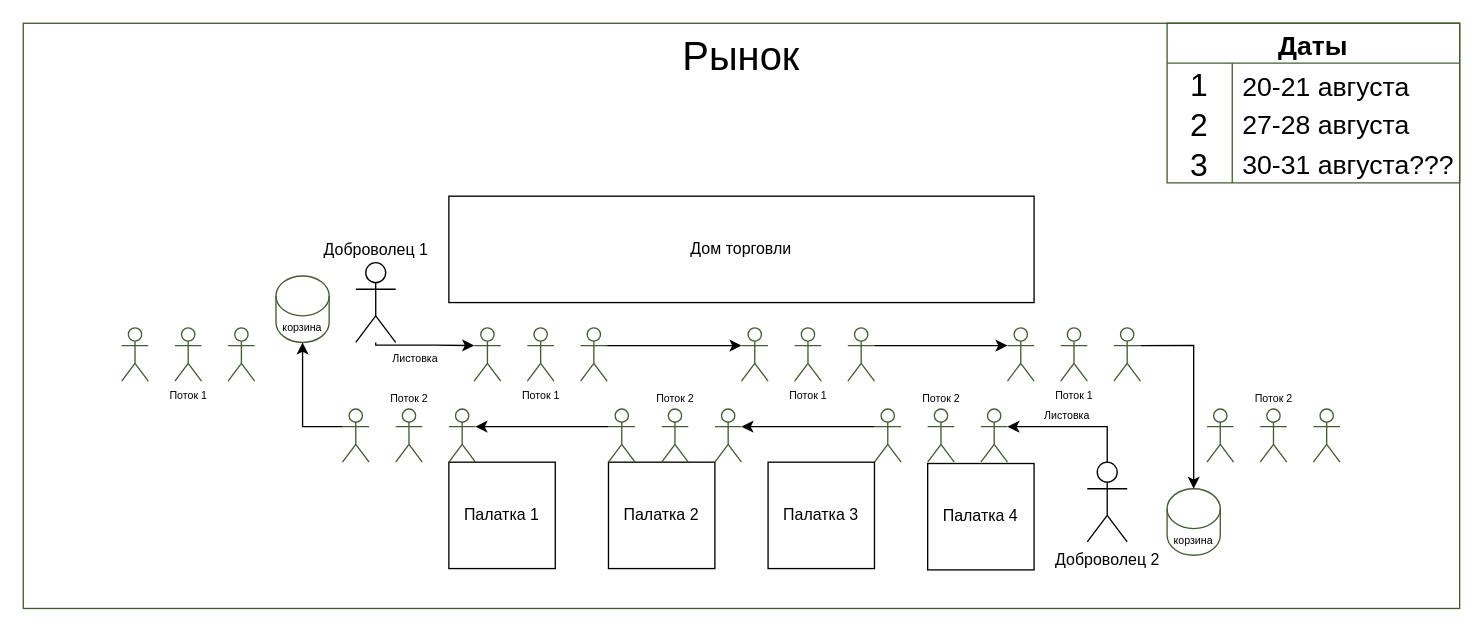
The draw.io diagram Диаграмма без названия.drawio in humvee0543/new, before the edit. Source tidied: cells renumbered, new cells numbered last; positions are measured from the earlier drawing's top-left corner, leaving out a move shared by most shapes. Both pictures are drawn from the tidied source at 133%, with x=0, y=0 at pixel (23, 23).
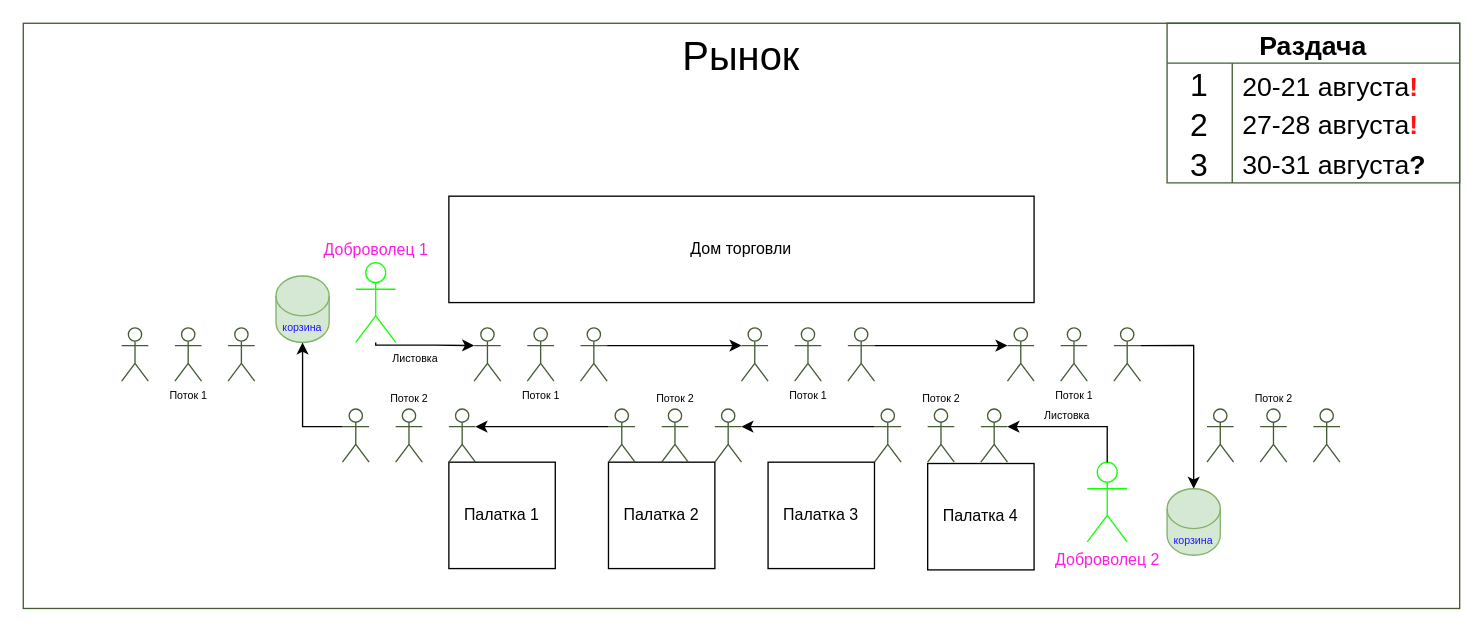
The same diagram, later.

The change refers to these unchanged cells:
```xml
<mxCell id="56" style="shape=tableRow;horizontal=0;startSize=0;swimlaneHead=0;swimlaneBody=0;top=0;left=0;bottom=0;right=0;fillColor=none;fontSize=30;strokeColor=#435C34;" parent="55" vertex="1">
  <mxGeometry y="30" width="220" height="30" as="geometry" />
</mxCell>
<mxCell id="59" style="shape=tableRow;horizontal=0;startSize=0;swimlaneHead=0;swimlaneBody=0;top=0;left=0;bottom=0;right=0;fillColor=none;fontSize=30;strokeColor=#435C34;" parent="55" vertex="1">
  <mxGeometry y="60" width="220" height="30" as="geometry" />
</mxCell>
<mxCell id="62" style="shape=tableRow;horizontal=0;startSize=0;swimlaneHead=0;swimlaneBody=0;top=0;left=0;bottom=0;right=0;fillColor=none;fontSize=30;strokeColor=#435C34;" parent="55" vertex="1">
  <mxGeometry y="90" width="220" height="30" as="geometry" />
</mxCell>
```

Change to the diagram source:
```diff
@@
-    <mxCell id="8" value="Доброволец 1" style="shape=umlActor;verticalLabelPosition=top;verticalAlign=bottom;html=1;outlineConnect=0;labelPosition=center;align=center;" parent="1" vertex="1">
+    <mxCell id="8" value="Доброволец 1" style="shape=umlActor;verticalLabelPosition=top;verticalAlign=bottom;html=1;outlineConnect=0;labelPosition=center;align=center;strokeColor=#13FF03;fontColor=#FF1CE1;" parent="1" vertex="1">
       <mxGeometry x="250" y="180" width="30" height="60" as="geometry" />
     </mxCell>
-    <mxCell id="9" value="Доброволец 2" style="shape=umlActor;verticalLabelPosition=bottom;verticalAlign=top;html=1;outlineConnect=0;" parent="1" vertex="1">
+    <mxCell id="9" value="Доброволец 2" style="shape=umlActor;verticalLabelPosition=bottom;verticalAlign=top;html=1;outlineConnect=0;strokeColor=#13FF03;fontColor=#FF1CE1;" parent="1" vertex="1">
       <mxGeometry x="800" y="330" width="30" height="60" as="geometry" />
     </mxCell>
-    <mxCell id="10" value="&lt;font style=&quot;font-size: 8px;&quot;&gt;корзина&lt;/font&gt;" style="shape=cylinder3;whiteSpace=wrap;html=1;boundedLbl=1;backgroundOutline=1;size=15;strokeColor=#435C34;fillColor=#FFFFFF;" parent="1" vertex="1">
+    <mxCell id="10" value="&lt;font color=&quot;#1f17ff&quot; style=&quot;font-size: 8px;&quot;&gt;корзина&lt;/font&gt;" style="shape=cylinder3;whiteSpace=wrap;html=1;boundedLbl=1;backgroundOutline=1;size=15;strokeColor=#82B366;fillColor=#D5E8D4;" parent="1" vertex="1">
       <mxGeometry x="860" y="350" width="40" height="50" as="geometry" />
     </mxCell>
-    <mxCell id="11" value="&lt;font style=&quot;font-size: 8px;&quot;&gt;корзина&lt;/font&gt;" style="shape=cylinder3;whiteSpace=wrap;html=1;boundedLbl=1;backgroundOutline=1;size=15;strokeColor=#435C34;fillColor=#FFFFFF;" parent="1" vertex="1">
+    <mxCell id="11" value="&lt;font color=&quot;#1f17ff&quot; style=&quot;font-size: 8px;&quot;&gt;корзина&lt;/font&gt;" style="shape=cylinder3;whiteSpace=wrap;html=1;boundedLbl=1;backgroundOutline=1;size=15;strokeColor=#82B366;fillColor=#D5E8D4;" parent="1" vertex="1">
       <mxGeometry x="190" y="190" width="40" height="50" as="geometry" />
     </mxCell>
@@
-    <mxCell id="55" value="Даты" style="shape=table;startSize=30;childLayout=tableLayout;rowLines=0;fontStyle=1;fontSize=20;strokeColor=#435C34;fillColor=#FFFFFF;" parent="1" vertex="1">
+    <mxCell id="55" value="Раздача" style="shape=table;startSize=30;childLayout=tableLayout;rowLines=0;fontStyle=1;fontSize=20;strokeColor=#435C34;fillColor=#FFFFFF;" parent="1" vertex="1">
       <mxGeometry x="860" width="220" height="120" as="geometry" />
     </mxCell>
@@
-    <mxCell id="58" value="&lt;font style=&quot;font-size: 20px;&quot;&gt;20-21 августа&lt;/font&gt;" style="shape=partialRectangle;html=1;whiteSpace=wrap;fillColor=none;top=0;left=0;bottom=0;right=0;align=left;spacingLeft=6;overflow=hidden;fontSize=24;strokeColor=#435C34;" parent="56" vertex="1">
+    <mxCell id="58" value="&lt;font style=&quot;font-size: 20px;&quot;&gt;20-21 августа&lt;b&gt;&lt;font color=&quot;#ff1212&quot;&gt;!&lt;/font&gt;&lt;/b&gt;&lt;/font&gt;" style="shape=partialRectangle;html=1;whiteSpace=wrap;fillColor=none;top=0;left=0;bottom=0;right=0;align=left;spacingLeft=6;overflow=hidden;fontSize=24;strokeColor=#435C34;" parent="56" vertex="1">
       <mxGeometry x="49" width="171" height="30" as="geometry" />
     </mxCell>
@@
-    <mxCell id="61" value="&lt;font style=&quot;font-size: 20px;&quot;&gt;27-28 августа&lt;/font&gt;" style="shape=partialRectangle;html=1;whiteSpace=wrap;fillColor=none;top=0;left=0;bottom=0;right=0;align=left;spacingLeft=6;overflow=hidden;fontSize=24;strokeColor=#435C34;verticalAlign=bottom;" parent="59" vertex="1">
+    <mxCell id="61" value="&lt;font style=&quot;font-size: 20px;&quot;&gt;27-28 августа&lt;b&gt;&lt;font color=&quot;#ff1414&quot;&gt;!&lt;/font&gt;&lt;/b&gt;&lt;/font&gt;" style="shape=partialRectangle;html=1;whiteSpace=wrap;fillColor=none;top=0;left=0;bottom=0;right=0;align=left;spacingLeft=6;overflow=hidden;fontSize=24;strokeColor=#435C34;verticalAlign=bottom;" parent="59" vertex="1">
       <mxGeometry x="49" width="171" height="30" as="geometry" />
     </mxCell>
@@
-    <mxCell id="64" value="&lt;font style=&quot;font-size: 20px;&quot;&gt;30-31 августа???&lt;/font&gt;" style="shape=partialRectangle;html=1;whiteSpace=wrap;fillColor=none;top=0;left=0;bottom=0;right=0;align=left;spacingLeft=6;overflow=hidden;fontSize=24;strokeColor=#435C34;verticalAlign=bottom;" parent="62" vertex="1">
+    <mxCell id="64" value="&lt;font style=&quot;font-size: 20px;&quot;&gt;30-31 августа&lt;b&gt;?&lt;/b&gt;&lt;/font&gt;" style="shape=partialRectangle;html=1;whiteSpace=wrap;fillColor=none;top=0;left=0;bottom=0;right=0;align=left;spacingLeft=6;overflow=hidden;fontSize=24;strokeColor=#435C34;verticalAlign=bottom;" parent="62" vertex="1">
       <mxGeometry x="49" width="171" height="30" as="geometry" />
     </mxCell>
```
